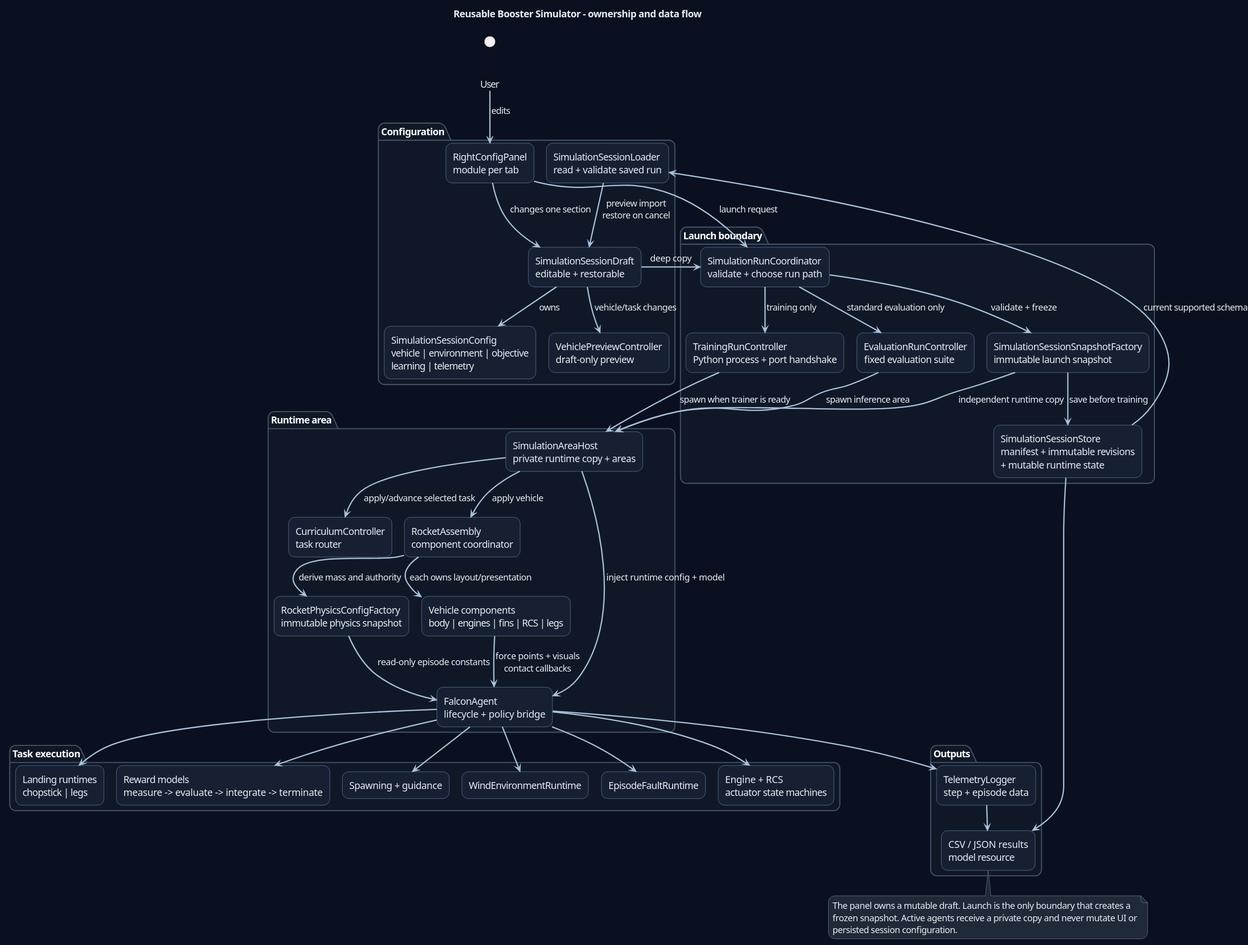
This is docs/rocket_sim_architecture_overview.svg from DavidMuhicFRI/Rocket-full, a PlantUML export, as it was before one commit.
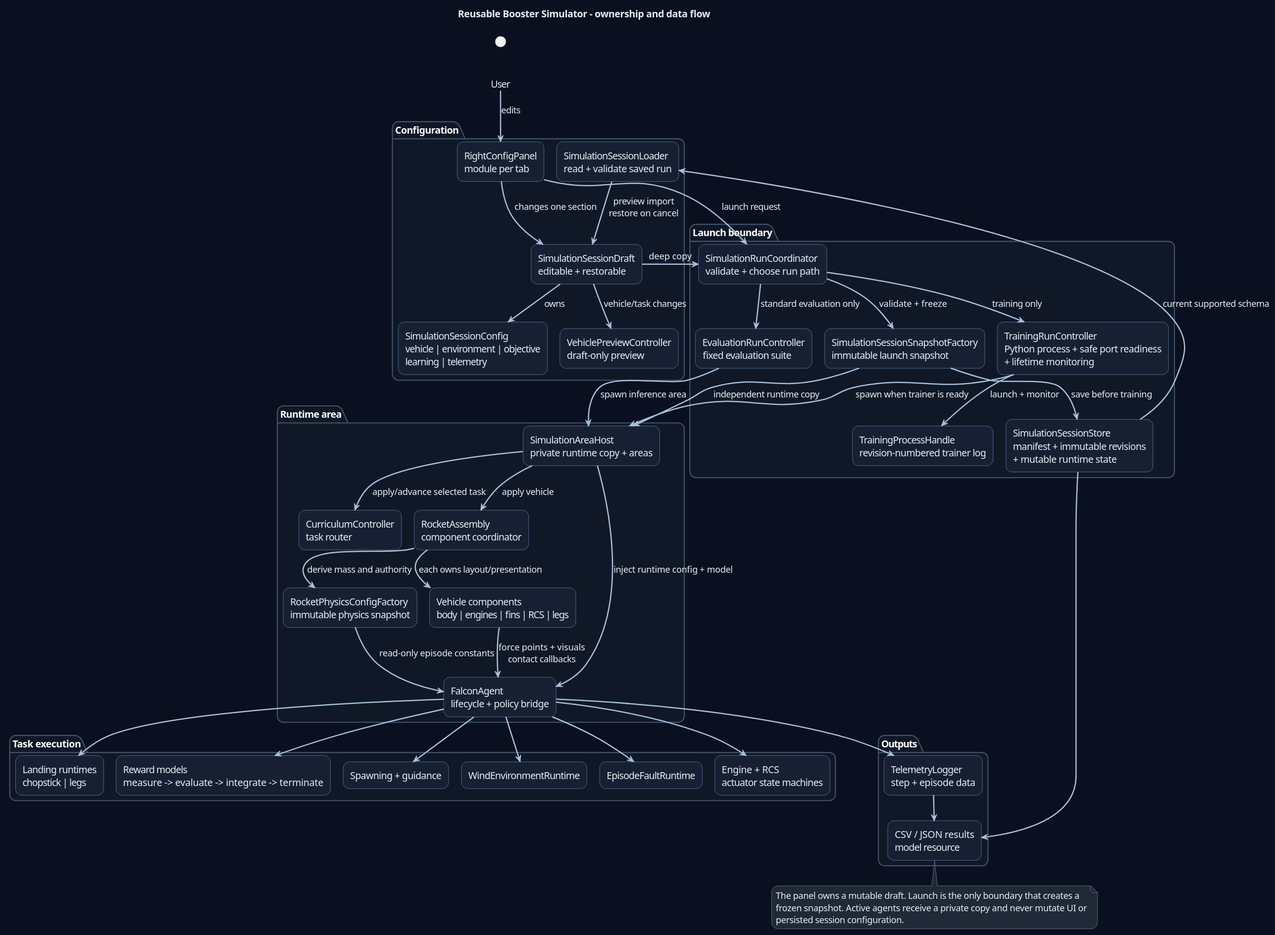
Later version of the same file.

What changed in the source:
```diff
@@ -40,7 +40,8 @@
   [SimulationRunCoordinator\nvalidate + choose run path] as Coordinator
   [SimulationSessionSnapshotFactory\nimmutable launch snapshot] as SnapshotFactory
   [SimulationSessionStore\nmanifest + immutable revisions\n+ mutable runtime state] as Store
-  [TrainingRunController\nPython process + port handshake] as Training
+  [TrainingRunController\nPython process + safe port readiness\n+ lifetime monitoring] as Training
+  [TrainingProcessHandle\nrevision-numbered trainer log] as TrainerProcess
   [EvaluationRunController\nfixed evaluation suite] as Evaluation
 }
 
@@ -82,6 +83,7 @@
 Coordinator --> Training : training only
 Coordinator --> Evaluation : standard evaluation only
 Training --> Host : spawn when trainer is ready
+Training --> TrainerProcess : launch + monitor
 Evaluation --> Host : spawn inference area
 
 Host --> Curriculum : apply/advance selected task
```
